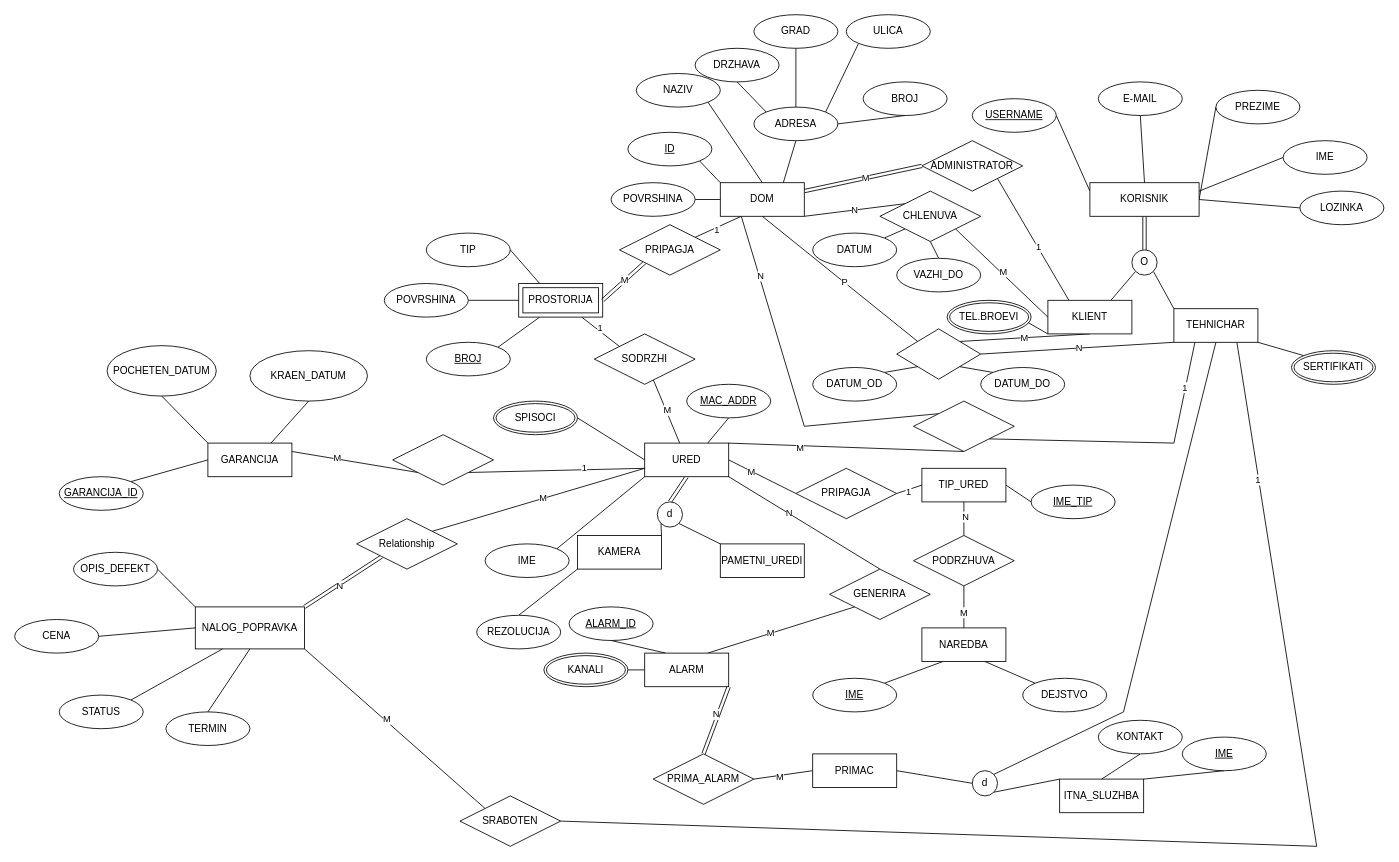
loramarku9/BAZInaPODATOCI keeps this draw.io diagram as lab1.drawio. Above is the earlier version. Source tidied: cells renumbered, new cells numbered last; positions are measured from the earlier drawing's top-left corner, leaving out a move shared by most shapes. Both pictures are drawn from the tidied source at 84%, with x=0, y=0 at pixel (14, 14).
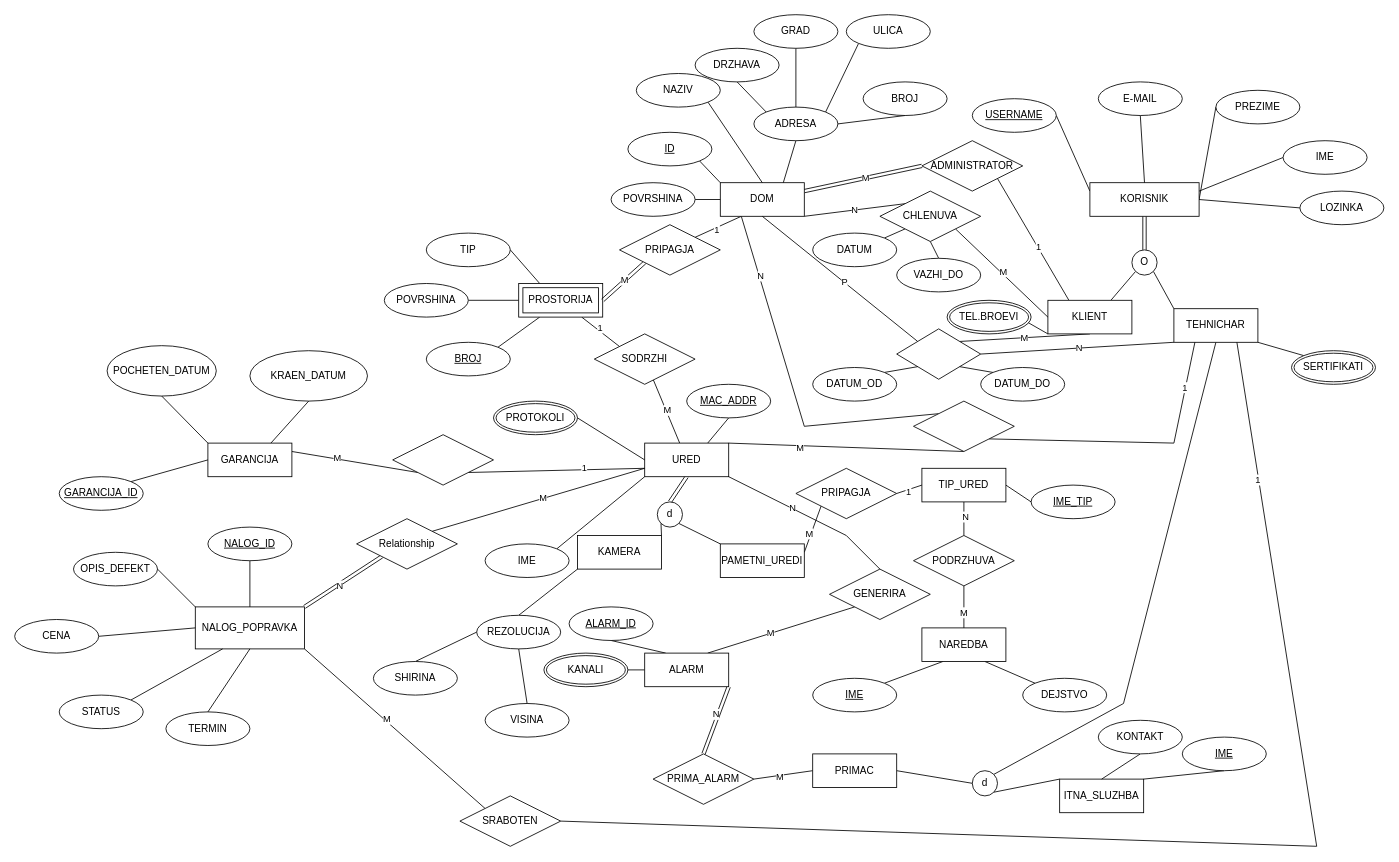
After the change.

The change refers to these unchanged cells:
```xml
<mxCell id="25" value="TEHNICHAR" style="whiteSpace=wrap;html=1;align=center;" parent="1" vertex="1">
  <mxGeometry x="1380" y="350" width="100" height="40" as="geometry" />
</mxCell>
<mxCell id="82" value="URED" style="whiteSpace=wrap;html=1;align=center;" parent="1" vertex="1">
  <mxGeometry x="750" y="510" width="100" height="40" as="geometry" />
</mxCell>
<mxCell id="94" value="PAMETNI_UREDI" style="whiteSpace=wrap;html=1;align=center;" parent="1" vertex="1">
  <mxGeometry x="840" y="630" width="100" height="40" as="geometry" />
</mxCell>
<mxCell id="95" value="REZOLUCIJA" style="ellipse;whiteSpace=wrap;html=1;align=center;" parent="1" vertex="1">
  <mxGeometry x="550" y="715" width="100" height="40" as="geometry" />
</mxCell>
<mxCell id="102" value="PRIPAGJA" style="shape=rhombus;perimeter=rhombusPerimeter;whiteSpace=wrap;html=1;align=center;" parent="1" vertex="1">
  <mxGeometry x="930" y="540" width="120" height="60" as="geometry" />
</mxCell>
<mxCell id="114" value="GENERIRA" style="shape=rhombus;perimeter=rhombusPerimeter;whiteSpace=wrap;html=1;align=center;" parent="1" vertex="1">
  <mxGeometry x="970" y="660" width="120" height="60" as="geometry" />
</mxCell>
<mxCell id="126" value="d" style="ellipse;whiteSpace=wrap;html=1;shapeInside=1;" parent="1" vertex="1">
  <mxGeometry x="1140" y="900" width="30" height="30" as="geometry" />
</mxCell>
<mxCell id="160" value="NALOG_POPRAVKA" style="whiteSpace=wrap;html=1;align=center;" parent="1" vertex="1">
  <mxGeometry x="215" y="705" width="130" height="50" as="geometry" />
</mxCell>
```

Change to the diagram source:
```diff
@@
     <mxCell id="22" style="edgeStyle=none;shape=connector;rounded=0;jettySize=auto;html=1;exitX=0.5;exitY=1;exitDx=0;exitDy=0;entryX=1;entryY=0;entryDx=0;entryDy=0;strokeColor=default;align=center;verticalAlign=middle;fontFamily=Helvetica;fontSize=11;fontColor=default;labelBackgroundColor=default;defaultLabelBackgroundColor=page;endArrow=none;endFill=0;" parent="1" edge="1" source="25" target="126">
       <mxGeometry relative="1" as="geometry">
         <Array as="points">
-          <mxPoint x="1320" y="830" />
+          <mxPoint x="1320" y="820" />
         </Array>
       </mxGeometry>
     </mxCell>
@@
-    <mxCell id="76" style="edgeStyle=none;shape=connector;rounded=0;jettySize=auto;html=1;exitX=1;exitY=0.5;exitDx=0;exitDy=0;entryX=0;entryY=0.5;entryDx=0;entryDy=0;strokeColor=default;align=center;verticalAlign=middle;fontFamily=Helvetica;fontSize=11;fontColor=default;labelBackgroundColor=default;defaultLabelBackgroundColor=page;endArrow=none;endFill=0;" parent="1" edge="1" source="82" target="102">
-      <mxGeometry relative="1" as="geometry" />
-    </mxCell>
-    <mxCell id="77" value="M" style="edgeLabel;html=1;align=center;verticalAlign=middle;inheritText=1;defaultLabelBackgroundColor=page;" parent="76" vertex="1">
-      <mxGeometry x="-0.33" y="-1" relative="1" as="geometry" />
-    </mxCell>
     <mxCell id="78" style="edgeStyle=none;shape=connector;rounded=0;jettySize=auto;html=1;exitX=1;exitY=1;exitDx=0;exitDy=0;entryX=0.5;entryY=0;entryDx=0;entryDy=0;strokeColor=default;align=center;verticalAlign=middle;fontFamily=Helvetica;fontSize=11;fontColor=default;labelBackgroundColor=default;defaultLabelBackgroundColor=page;endArrow=none;endFill=0;" parent="1" edge="1" source="82" target="114">
-      <mxGeometry relative="1" as="geometry" />
+      <mxGeometry relative="1" as="geometry">
+        <Array as="points">
+          <mxPoint x="990" y="620" />
+        </Array>
+      </mxGeometry>
     </mxCell>
@@
-    <mxCell id="87" value="SPISOCI" style="ellipse;shape=doubleEllipse;margin=3;whiteSpace=wrap;html=1;align=center;" parent="1" vertex="1">
+    <mxCell id="87" value="PROTOKOLI" style="ellipse;shape=doubleEllipse;margin=3;whiteSpace=wrap;html=1;align=center;" parent="1" vertex="1">
       <mxGeometry x="570" y="460" width="100" height="40" as="geometry" />
     </mxCell>
@@
+    <mxCell id="178" style="edgeStyle=none;shape=connector;rounded=0;jettySize=auto;html=1;exitX=1;exitY=0.25;exitDx=0;exitDy=0;entryX=0;entryY=1;entryDx=0;entryDy=0;strokeColor=default;align=center;verticalAlign=middle;fontFamily=Helvetica;fontSize=11;fontColor=default;labelBackgroundColor=default;defaultLabelBackgroundColor=page;endArrow=none;endFill=0;" parent="1" edge="1" source="94" target="102">
+      <mxGeometry relative="1" as="geometry" />
+    </mxCell>
+    <mxCell id="77" value="M" style="edgeLabel;html=1;align=center;verticalAlign=middle;inheritText=1;defaultLabelBackgroundColor=page;" parent="178" vertex="1">
+      <mxGeometry x="-0.21" y="2" relative="1" as="geometry" />
+    </mxCell>
@@
+    <mxCell id="179" style="edgeStyle=none;shape=connector;rounded=0;jettySize=auto;html=1;exitX=0;exitY=0.5;exitDx=0;exitDy=0;entryX=0.5;entryY=0;entryDx=0;entryDy=0;strokeColor=default;align=center;verticalAlign=middle;fontFamily=Helvetica;fontSize=11;fontColor=default;labelBackgroundColor=default;defaultLabelBackgroundColor=page;endArrow=none;endFill=0;" parent="1" edge="1" source="95" target="183">
+      <mxGeometry relative="1" as="geometry" />
+    </mxCell>
+    <mxCell id="180" style="edgeStyle=none;shape=connector;rounded=0;jettySize=auto;html=1;exitX=0.5;exitY=1;exitDx=0;exitDy=0;entryX=0.5;entryY=0;entryDx=0;entryDy=0;strokeColor=default;align=center;verticalAlign=middle;fontFamily=Helvetica;fontSize=11;fontColor=default;labelBackgroundColor=default;defaultLabelBackgroundColor=page;endArrow=none;endFill=0;" parent="1" edge="1" source="95" target="184">
+      <mxGeometry relative="1" as="geometry" />
+    </mxCell>
@@
+    <mxCell id="181" style="edgeStyle=none;shape=connector;rounded=0;jettySize=auto;html=1;exitX=0.5;exitY=1;exitDx=0;exitDy=0;entryX=0.5;entryY=0;entryDx=0;entryDy=0;strokeColor=default;align=center;verticalAlign=middle;fontFamily=Helvetica;fontSize=11;fontColor=default;labelBackgroundColor=default;defaultLabelBackgroundColor=page;endArrow=none;endFill=0;" parent="1" edge="1" source="182" target="160">
+      <mxGeometry relative="1" as="geometry" />
+    </mxCell>
+    <mxCell id="182" value="NALOG_ID" style="ellipse;whiteSpace=wrap;html=1;align=center;fontStyle=4;" parent="1" vertex="1">
+      <mxGeometry x="230" y="610" width="100" height="40" as="geometry" />
+    </mxCell>
+    <mxCell id="183" value="SHIRINA" style="ellipse;whiteSpace=wrap;html=1;align=center;" parent="1" vertex="1">
+      <mxGeometry x="427" y="770" width="100" height="40" as="geometry" />
+    </mxCell>
+    <mxCell id="184" value="VISINA" style="ellipse;whiteSpace=wrap;html=1;align=center;" parent="1" vertex="1">
+      <mxGeometry x="560" y="820" width="100" height="40" as="geometry" />
+    </mxCell>
```
